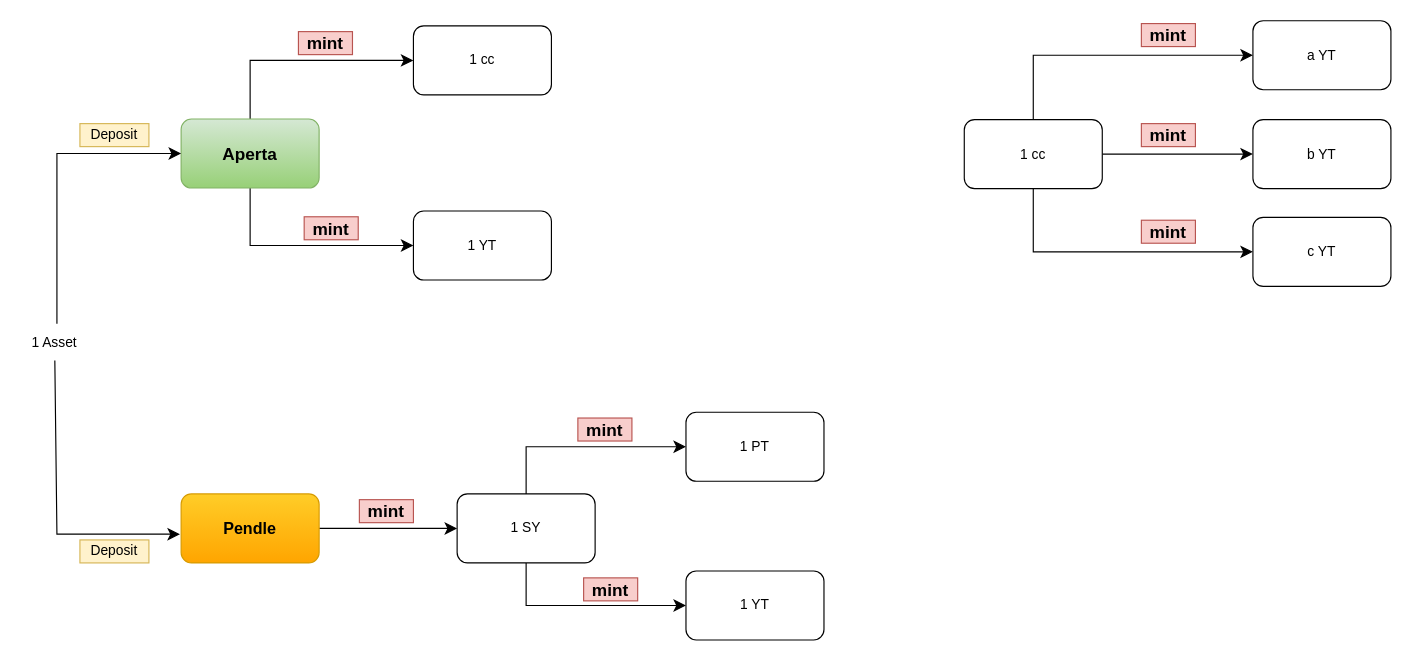
Edoumou/drawings keeps this draw.io diagram as page "Pendle" (3 of 3) of pendle.drawio. Above is the earlier version. Source tidied: cells renumbered, new cells numbered last; positions are measured from the earlier drawing's top-left corner, leaving out a move shared by most shapes. Both pictures are drawn from the tidied source at 115%, with x=0, y=0 at pixel (20, 21).
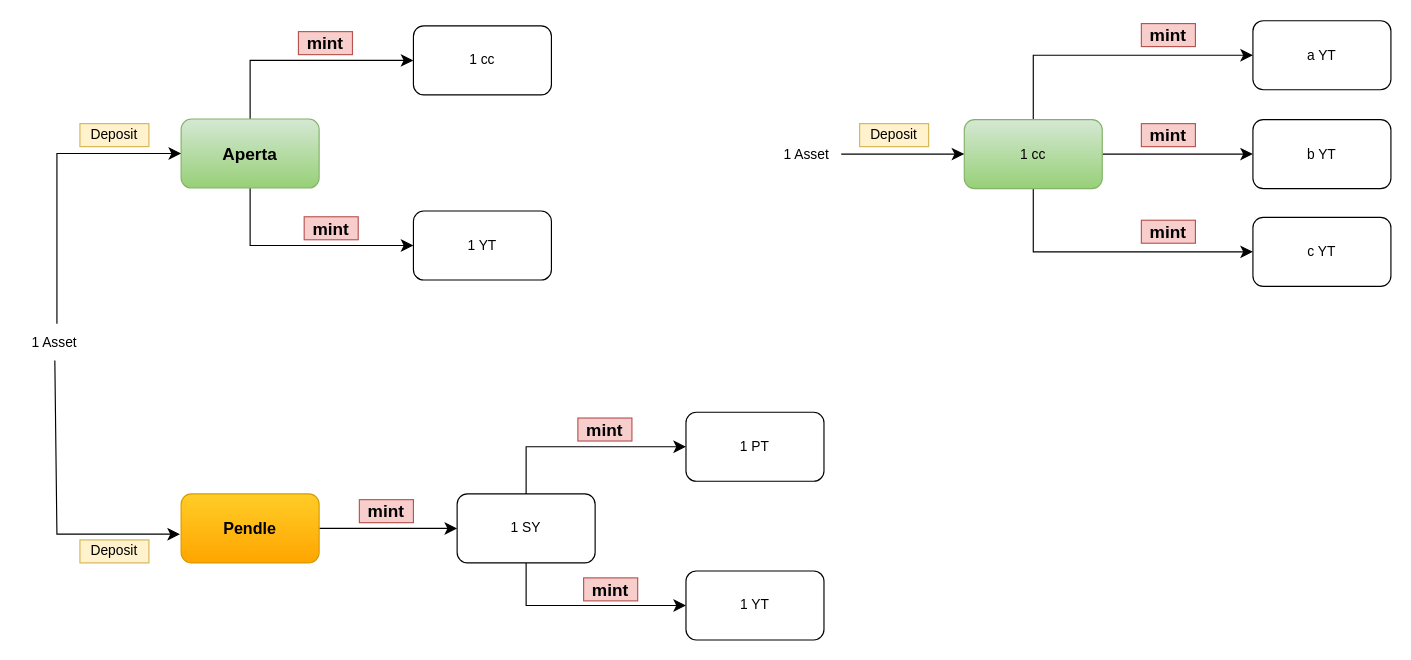
The same diagram, later.

What changed in the source:
```diff
@@
-    <mxCell id="27" value="1 cc" style="rounded=1;whiteSpace=wrap;html=1;" parent="1" vertex="1">
+    <mxCell id="27" value="1 cc" style="rounded=1;whiteSpace=wrap;html=1;fillColor=#d5e8d4;gradientColor=#97d077;strokeColor=#82b366;" parent="1" vertex="1">
       <mxGeometry x="821" y="85.5" width="120" height="60" as="geometry" />
     </mxCell>
@@
+    <mxCell id="34" style="edgeStyle=none;curved=1;rounded=0;jettySize=auto;html=1;entryX=0;entryY=0.5;entryDx=0;entryDy=0;fontSize=12;startSize=8;endSize=8;" parent="1" edge="1" source="35" target="27">
+      <mxGeometry relative="1" as="geometry" />
+    </mxCell>
+    <mxCell id="35" value="1 Asset" style="text;html=1;whiteSpace=wrap;strokeColor=none;fillColor=none;align=center;verticalAlign=middle;rounded=0;" parent="1" vertex="1">
+      <mxGeometry x="654" y="100.5" width="60" height="30" as="geometry" />
+    </mxCell>
+    <mxCell id="36" value="Deposit" style="text;html=1;whiteSpace=wrap;strokeColor=#d6b656;fillColor=#fff2cc;align=center;verticalAlign=middle;rounded=0;" parent="1" vertex="1">
+      <mxGeometry x="730" y="89" width="60" height="20" as="geometry" />
+    </mxCell>
```
